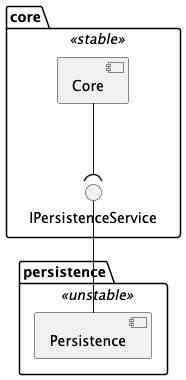
This is docs/figures/lib-v2/lib-overview.png from kit-data-manager/NovaCrate, a PlantUML export, as it was before one commit.
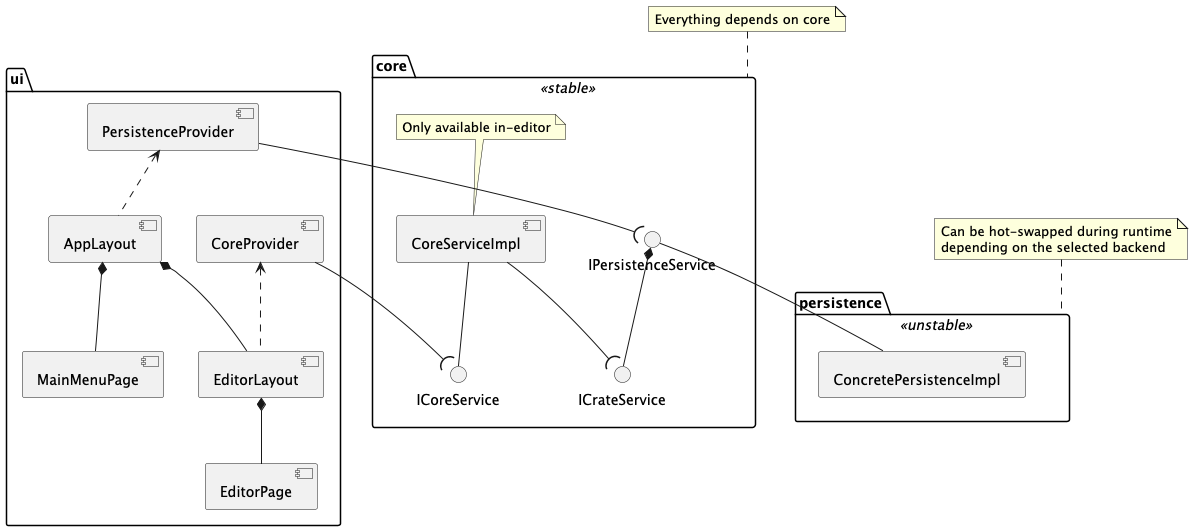
Above is the later version.

What changed in the source:
```diff
@@ -1,17 +1,55 @@
 @startuml
 
+package ui {
+    component EditorPage
+    component EditorLayout
+    component CoreProvider
+    component PersistenceProvider
+    component AppLayout
+    component MainMenuPage
+
+    EditorLayout *-- EditorPage
+    CoreProvider <.. EditorLayout
+
+    AppLayout *-- MainMenuPage
+    PersistenceProvider <.. AppLayout
+
+    AppLayout *-- EditorLayout
+}
+
 package persistence <<unstable>> {
-    component Persistence
+    component ConcretePersistenceImpl
+}
+
+note top of persistence
+    Can be hot-swapped during runtime
+    depending on the selected backend
+endnote
+
+package core <<stable>> {
+    component CoreServiceImpl
+
+    note top
+        Only available in-editor
+    endnote
+
+    interface ICrateService
+    interface IPersistenceService
+    interface ICoreService
+
+    IPersistenceService *-- ICrateService
+    CoreServiceImpl -- ICoreService
 }
 
 
-package core <<stable>> {
-    component Core
-    interface IPersistenceService
-}
+CoreServiceImpl --( ICrateService
+IPersistenceService -- ConcretePersistenceImpl
 
+PersistenceProvider --( IPersistenceService
 
-Core --( IPersistenceService
-IPersistenceService -- Persistence
+ICoreService )-- CoreProvider
+
+note "Everything depends on core" as N1
+N1 .. core
 
 @enduml
```
